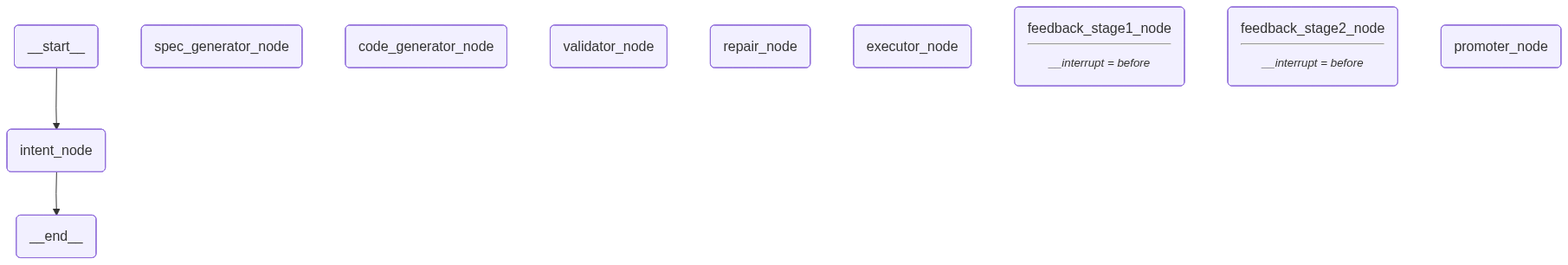
Above: pipeline_graph.png in SwetaAIS2024/MCP_Tool_Code_Interpreter_Generator (Mermaid), before the change. Its source is kept beside it as pipeline_graph.mmd.
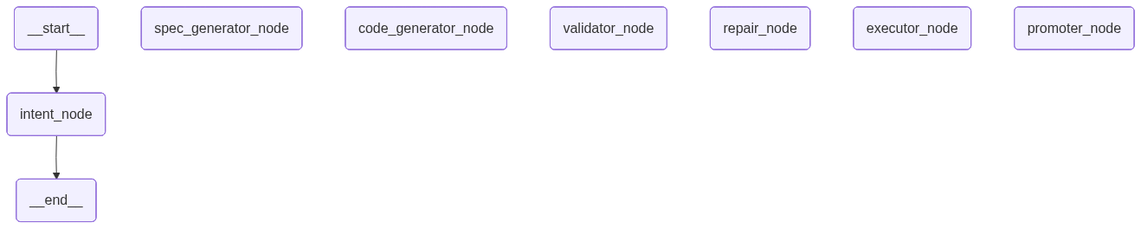
After the change.

Change to the diagram source:
```diff
@@ -11,8 +11,6 @@
 	validator_node(validator_node)
 	repair_node(repair_node)
 	executor_node(executor_node)
-	feedback_stage1_node(feedback_stage1_node<hr/><small><em>__interrupt = before</em></small>)
-	feedback_stage2_node(feedback_stage2_node<hr/><small><em>__interrupt = before</em></small>)
 	promoter_node(promoter_node)
 	__end__(<p>__end__</p>)
 	__start__ --> intent_node;
```
